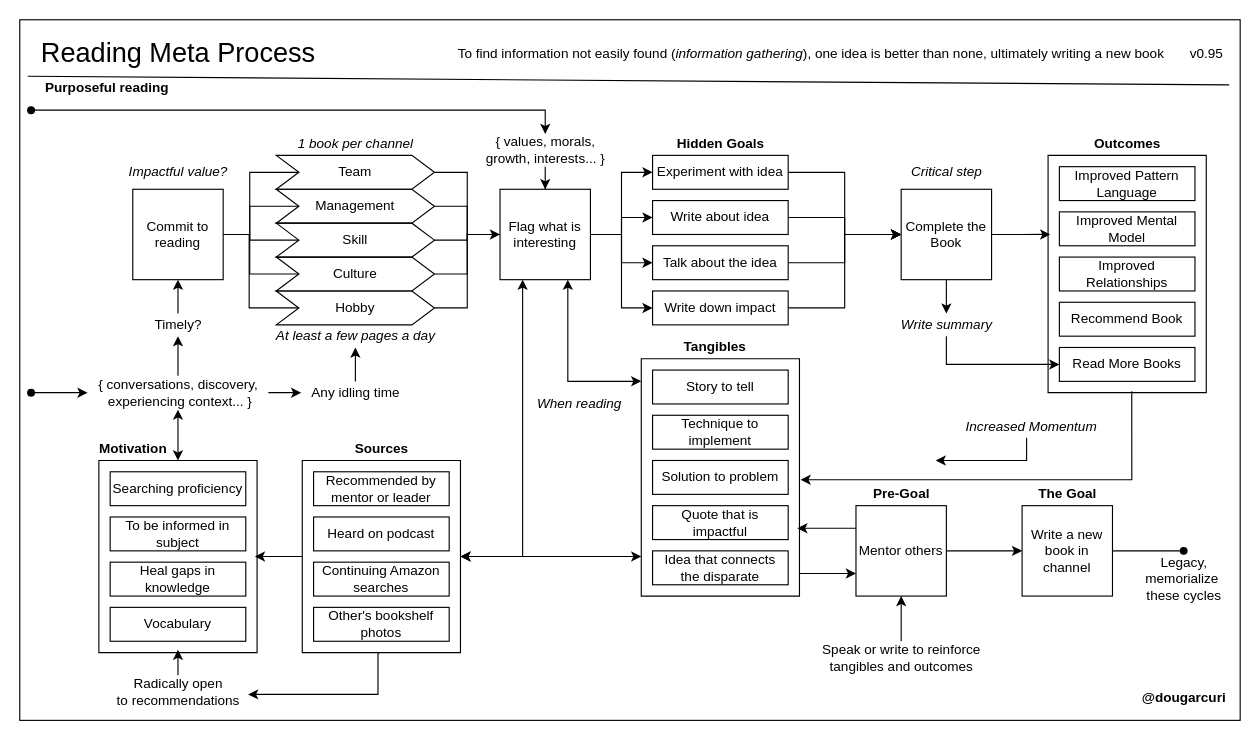
Above: books/diagrams/reading-process.drawio in solidi/learning-notes (draw.io), before the change. Source tidied: cells renumbered, new cells numbered last; positions are measured from the earlier drawing's top-left corner, leaving out a move shared by most shapes. Both pictures are drawn from the tidied source at 113%, with x=0, y=0 at pixel (19, 19).
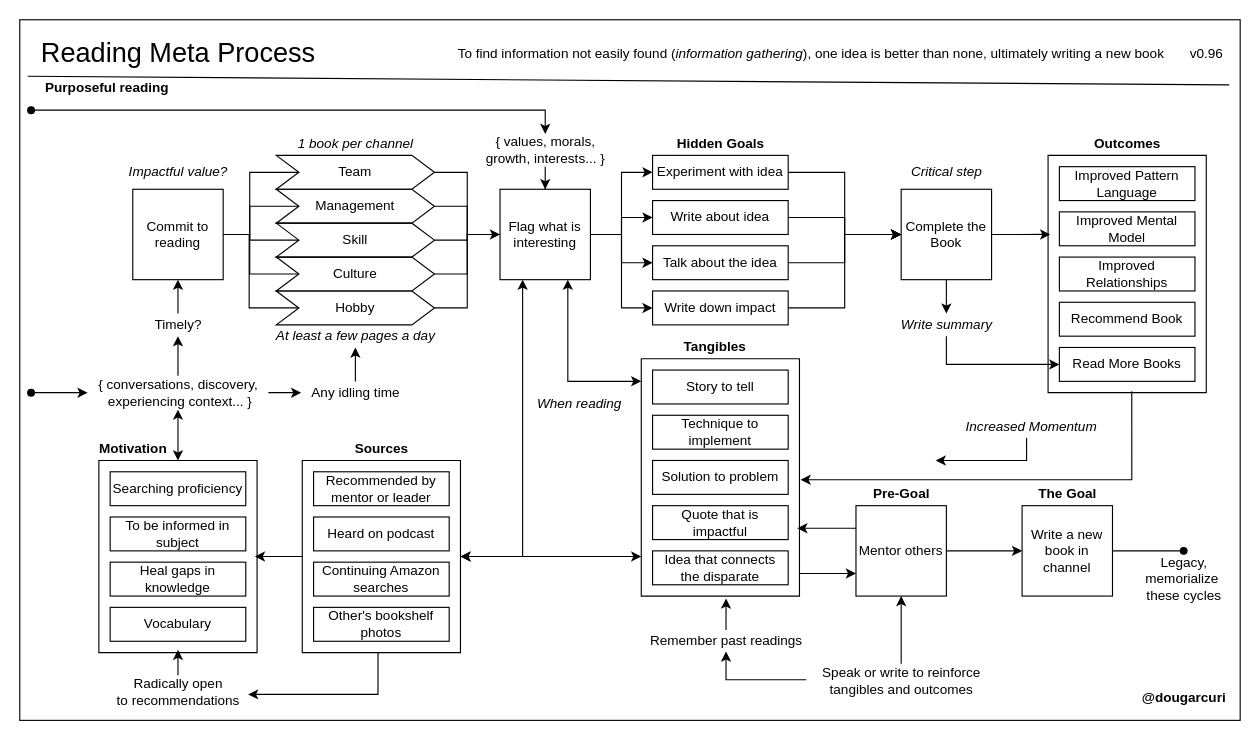
After the change.

Commit message (it also covers changes not shown here):
Add remember past readings

The change refers to these unchanged cells:
```xml
<mxCell id="7" style="verticalLabelPosition=bottom;verticalAlign=top;html=1;shape=mxgraph.basic.rect;fillColor2=none;strokeWidth=1;size=20;indent=5;fillColor=none;" parent="1" vertex="1">
  <mxGeometry x="550" y="300" width="140" height="210" as="geometry" />
</mxCell>
```

The edit, as a diff of the source:
```diff
@@
-    <mxCell id="28" value="v0.95" style="text;html=1;align=center;verticalAlign=middle;" parent="1" vertex="1">
+    <mxCell id="28" value="v0.96" style="text;html=1;align=center;verticalAlign=middle;" parent="1" vertex="1">
       <mxGeometry x="1030" y="20" width="40" height="20" as="geometry" />
     </mxCell>
@@
+    <mxCell id="108" style="edgeStyle=orthogonalEdgeStyle;rounded=0;jettySize=auto;html=1;entryX=0.5;entryY=0.95;entryDx=0;entryDy=0;entryPerimeter=0;startArrow=none;startFill=0;endArrow=classic;endFill=1;exitX=-0.025;exitY=0.467;exitDx=0;exitDy=0;exitPerimeter=0;" parent="1" edge="1" source="93" target="110">
+      <mxGeometry relative="1" as="geometry">
+        <Array as="points">
+          <mxPoint x="625" y="584" />
+        </Array>
+      </mxGeometry>
+    </mxCell>
     <mxCell id="93" value="Speak or write to reinforce&lt;br&gt;tangibles and outcomes" style="text;html=1;align=center;verticalAlign=middle;points=[];" parent="1" vertex="1">
-      <mxGeometry x="700" y="550" width="160" height="30" as="geometry" />
+      <mxGeometry x="700" y="570" width="160" height="30" as="geometry" />
     </mxCell>
@@
+    <mxCell id="109" style="edgeStyle=orthogonalEdgeStyle;rounded=0;jettySize=auto;html=1;entryX=0.536;entryY=1.01;entryDx=0;entryDy=0;entryPerimeter=0;startArrow=none;startFill=0;endArrow=classic;endFill=1;" parent="1" edge="1" source="110" target="7">
+      <mxGeometry relative="1" as="geometry" />
+    </mxCell>
+    <mxCell id="110" value="Remember past readings" style="text;html=1;align=center;verticalAlign=middle;points=[];" parent="1" vertex="1">
+      <mxGeometry x="550" y="540" width="150" height="20" as="geometry" />
+    </mxCell>
```
